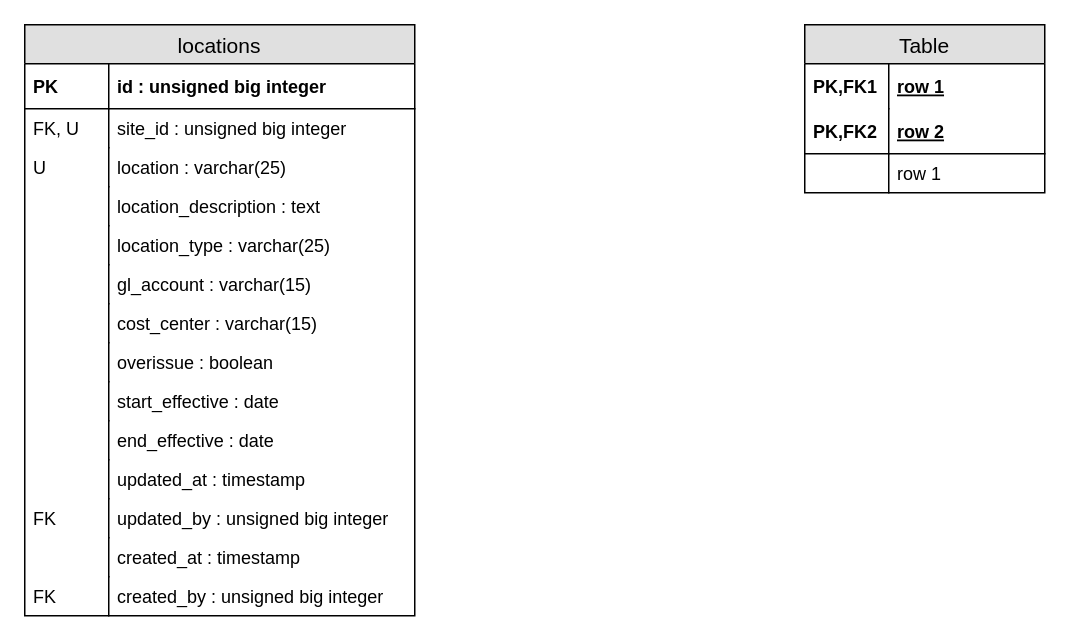
Before: Untitled Diagram.drawio in b32ny/data, a draw.io diagram. Source tidied: cells renumbered, new cells numbered last; positions are measured from the earlier drawing's top-left corner, leaving out a move shared by most shapes. Both pictures are drawn from the tidied source at 150%, with x=0, y=0 at pixel (24, 24).
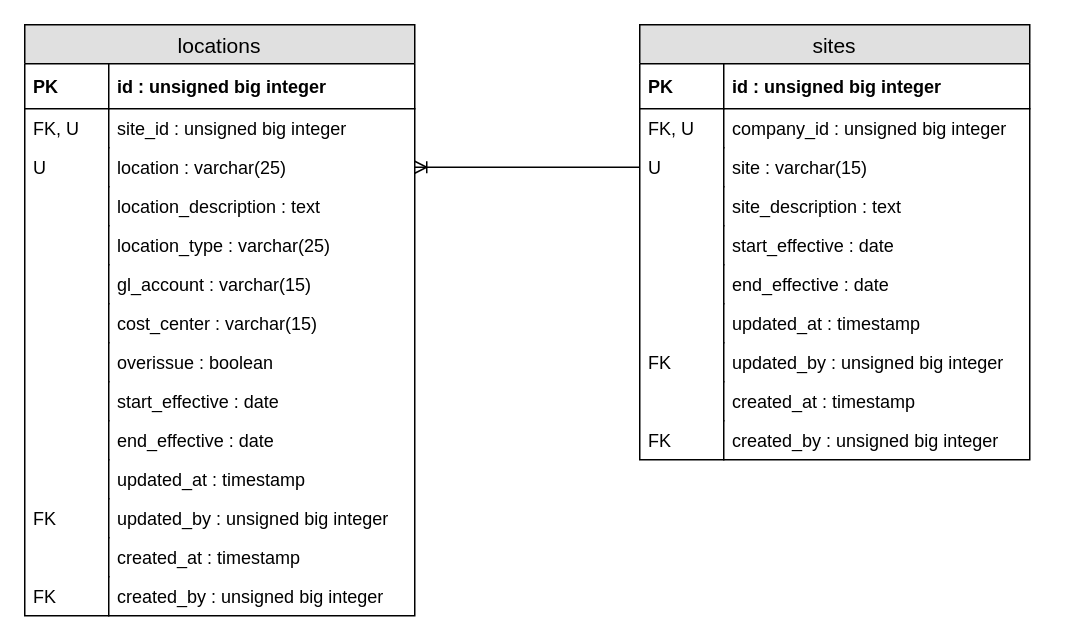
Above is the later version.

Unchanged cells that the change refers to:
```xml
<mxCell id="7" value="location : varchar(25)" style="shape=partialRectangle;top=0;left=0;right=0;bottom=0;align=left;verticalAlign=top;fillColor=none;spacingLeft=60;spacingRight=4;overflow=hidden;points=[[0,0.5],[1,0.5]];portConstraint=eastwest;fontSize=12;" parent="2" vertex="1">
  <mxGeometry y="82" width="260" height="26" as="geometry" />
</mxCell>
```

What changed in the source:
```diff
@@
-    <mxCell id="31" value="Table" style="swimlane;fontStyle=0;horizontal=1;startSize=26;fillColor=#e0e0e0;swimlaneFillColor=#ffffff;align=center;fontSize=14;" parent="1" vertex="1">
-      <mxGeometry x="520" width="160" height="112" as="geometry" />
+    <mxCell id="31" value="sites" style="swimlane;fontStyle=0;horizontal=1;startSize=26;fillColor=#e0e0e0;swimlaneFillColor=#ffffff;align=center;fontSize=14;" parent="1" vertex="1">
+      <mxGeometry x="410" width="260" height="290" as="geometry" />
     </mxCell>
-    <mxCell id="32" value="row 1" style="shape=partialRectangle;top=0;left=0;right=0;bottom=0;align=left;verticalAlign=middle;fillColor=none;spacingLeft=60;spacingRight=4;overflow=hidden;fontStyle=5;fontSize=12;" parent="31" vertex="1">
-      <mxGeometry y="26" width="160" height="30" as="geometry" />
+    <mxCell id="32" value="id : unsigned big integer" style="shape=partialRectangle;top=0;left=0;right=0;bottom=1;align=left;verticalAlign=middle;fillColor=none;spacingLeft=60;spacingRight=4;overflow=hidden;fontStyle=1;fontSize=12;" parent="31" vertex="1">
+      <mxGeometry y="26" width="260" height="30" as="geometry" />
     </mxCell>
-    <mxCell id="33" value="PK,FK1" style="shape=partialRectangle;fontStyle=1;top=0;left=0;bottom=0;fillColor=none;align=left;verticalAlign=middle;spacingLeft=4;spacingRight=4;overflow=hidden;fontSize=12;" parent="32" vertex="1">
+    <mxCell id="33" value="PK" style="shape=partialRectangle;fontStyle=1;top=0;left=0;bottom=0;fillColor=none;align=left;verticalAlign=middle;spacingLeft=4;spacingRight=4;overflow=hidden;fontSize=12;" parent="32" vertex="1">
       <mxGeometry width="56" height="30" as="geometry" />
     </mxCell>
-    <mxCell id="34" value="row 2" style="shape=partialRectangle;top=0;left=0;right=0;bottom=1;align=left;verticalAlign=middle;fillColor=none;spacingLeft=60;spacingRight=4;overflow=hidden;fontStyle=5;fontSize=12;" parent="31" vertex="1">
-      <mxGeometry y="56" width="160" height="30" as="geometry" />
-    </mxCell>
-    <mxCell id="35" value="PK,FK2" style="shape=partialRectangle;fontStyle=1;top=0;left=0;bottom=0;fillColor=none;align=left;verticalAlign=middle;spacingLeft=4;spacingRight=4;overflow=hidden;fontSize=12;" parent="34" vertex="1">
-      <mxGeometry width="56" height="30" as="geometry" />
-    </mxCell>
-    <mxCell id="36" value="row 1" style="shape=partialRectangle;top=0;left=0;right=0;bottom=0;align=left;verticalAlign=top;fillColor=none;spacingLeft=60;spacingRight=4;overflow=hidden;fontSize=12;" parent="31" vertex="1">
-      <mxGeometry y="86" width="160" height="26" as="geometry" />
+    <mxCell id="36" value="company_id : unsigned big integer" style="shape=partialRectangle;top=0;left=0;right=0;bottom=0;align=left;verticalAlign=top;fillColor=none;spacingLeft=60;spacingRight=4;overflow=hidden;fontSize=12;" parent="31" vertex="1">
+      <mxGeometry y="56" width="260" height="26" as="geometry" />
     </mxCell>
-    <mxCell id="37" style="shape=partialRectangle;top=0;left=0;bottom=0;fillColor=none;align=left;verticalAlign=top;spacingLeft=4;spacingRight=4;overflow=hidden;fontSize=12;" parent="36" vertex="1">
+    <mxCell id="37" value="FK, U" style="shape=partialRectangle;top=0;left=0;bottom=0;fillColor=none;align=left;verticalAlign=top;spacingLeft=4;spacingRight=4;overflow=hidden;fontSize=12;" parent="36" vertex="1">
       <mxGeometry width="56" height="26" as="geometry" />
     </mxCell>
+    <mxCell id="38" value="site : varchar(15)" style="shape=partialRectangle;top=0;left=0;right=0;bottom=0;align=left;verticalAlign=top;fillColor=none;spacingLeft=60;spacingRight=4;overflow=hidden;points=[[0,0.5],[1,0.5]];portConstraint=eastwest;fontSize=12;" parent="31" vertex="1">
+      <mxGeometry y="82" width="260" height="26" as="geometry" />
+    </mxCell>
+    <mxCell id="39" value="U" style="shape=partialRectangle;top=0;left=0;bottom=0;fillColor=none;align=left;verticalAlign=top;spacingLeft=4;spacingRight=4;overflow=hidden;fontSize=12;" parent="38" vertex="1">
+      <mxGeometry width="56" height="26" as="geometry" />
+    </mxCell>
+    <mxCell id="40" value="site_description : text" style="shape=partialRectangle;top=0;left=0;right=0;bottom=0;align=left;verticalAlign=top;fillColor=none;spacingLeft=60;spacingRight=4;overflow=hidden;fontSize=12;" parent="31" vertex="1">
+      <mxGeometry y="108" width="260" height="26" as="geometry" />
+    </mxCell>
+    <mxCell id="41" style="shape=partialRectangle;top=0;left=0;bottom=0;fillColor=none;align=left;verticalAlign=top;spacingLeft=4;spacingRight=4;overflow=hidden;fontSize=12;" parent="40" vertex="1">
+      <mxGeometry width="56" height="26" as="geometry" />
+    </mxCell>
+    <mxCell id="42" value="start_effective : date" style="shape=partialRectangle;top=0;left=0;right=0;bottom=0;align=left;verticalAlign=top;fillColor=none;spacingLeft=60;spacingRight=4;overflow=hidden;fontSize=12;" parent="31" vertex="1">
+      <mxGeometry y="134" width="260" height="26" as="geometry" />
+    </mxCell>
+    <mxCell id="43" style="shape=partialRectangle;top=0;left=0;bottom=0;fillColor=none;align=left;verticalAlign=top;spacingLeft=4;spacingRight=4;overflow=hidden;fontSize=12;" parent="42" vertex="1">
+      <mxGeometry width="56" height="26" as="geometry" />
+    </mxCell>
+    <mxCell id="44" value="end_effective : date" style="shape=partialRectangle;top=0;left=0;right=0;bottom=0;align=left;verticalAlign=top;fillColor=none;spacingLeft=60;spacingRight=4;overflow=hidden;fontSize=12;" parent="31" vertex="1">
+      <mxGeometry y="160" width="260" height="26" as="geometry" />
+    </mxCell>
+    <mxCell id="45" style="shape=partialRectangle;top=0;left=0;bottom=0;fillColor=none;align=left;verticalAlign=top;spacingLeft=4;spacingRight=4;overflow=hidden;fontSize=12;" parent="44" vertex="1">
+      <mxGeometry width="56" height="26" as="geometry" />
+    </mxCell>
+    <mxCell id="46" value="updated_at : timestamp" style="shape=partialRectangle;top=0;left=0;right=0;bottom=0;align=left;verticalAlign=top;fillColor=none;spacingLeft=60;spacingRight=4;overflow=hidden;fontSize=12;" parent="31" vertex="1">
+      <mxGeometry y="186" width="260" height="26" as="geometry" />
+    </mxCell>
+    <mxCell id="47" style="shape=partialRectangle;top=0;left=0;bottom=0;fillColor=none;align=left;verticalAlign=top;spacingLeft=4;spacingRight=4;overflow=hidden;fontSize=12;" parent="46" vertex="1">
+      <mxGeometry width="56" height="26" as="geometry" />
+    </mxCell>
+    <mxCell id="48" value="updated_by : unsigned big integer" style="shape=partialRectangle;top=0;left=0;right=0;bottom=0;align=left;verticalAlign=top;fillColor=none;spacingLeft=60;spacingRight=4;overflow=hidden;fontSize=12;" parent="31" vertex="1">
+      <mxGeometry y="212" width="260" height="26" as="geometry" />
+    </mxCell>
+    <mxCell id="49" value="FK" style="shape=partialRectangle;top=0;left=0;bottom=0;fillColor=none;align=left;verticalAlign=top;spacingLeft=4;spacingRight=4;overflow=hidden;fontSize=12;" parent="48" vertex="1">
+      <mxGeometry width="56" height="26" as="geometry" />
+    </mxCell>
+    <mxCell id="50" value="created_at : timestamp" style="shape=partialRectangle;top=0;left=0;right=0;bottom=0;align=left;verticalAlign=top;fillColor=none;spacingLeft=60;spacingRight=4;overflow=hidden;fontSize=12;" parent="31" vertex="1">
+      <mxGeometry y="238" width="260" height="26" as="geometry" />
+    </mxCell>
+    <mxCell id="51" style="shape=partialRectangle;top=0;left=0;bottom=0;fillColor=none;align=left;verticalAlign=top;spacingLeft=4;spacingRight=4;overflow=hidden;fontSize=12;" parent="50" vertex="1">
+      <mxGeometry width="56" height="26" as="geometry" />
+    </mxCell>
+    <mxCell id="52" value="created_by : unsigned big integer" style="shape=partialRectangle;top=0;left=0;right=0;bottom=0;align=left;verticalAlign=top;fillColor=none;spacingLeft=60;spacingRight=4;overflow=hidden;fontSize=12;" parent="31" vertex="1">
+      <mxGeometry y="264" width="260" height="26" as="geometry" />
+    </mxCell>
+    <mxCell id="53" value="FK" style="shape=partialRectangle;top=0;left=0;bottom=0;fillColor=none;align=left;verticalAlign=top;spacingLeft=4;spacingRight=4;overflow=hidden;fontSize=12;" parent="52" vertex="1">
+      <mxGeometry width="56" height="26" as="geometry" />
+    </mxCell>
+    <mxCell id="54" style="edgeStyle=entityRelationEdgeStyle;fontSize=12;html=1;endArrow=ERoneToMany;" parent="1" edge="1" source="38" target="7">
+      <mxGeometry relative="1" as="geometry" />
+    </mxCell>
```
